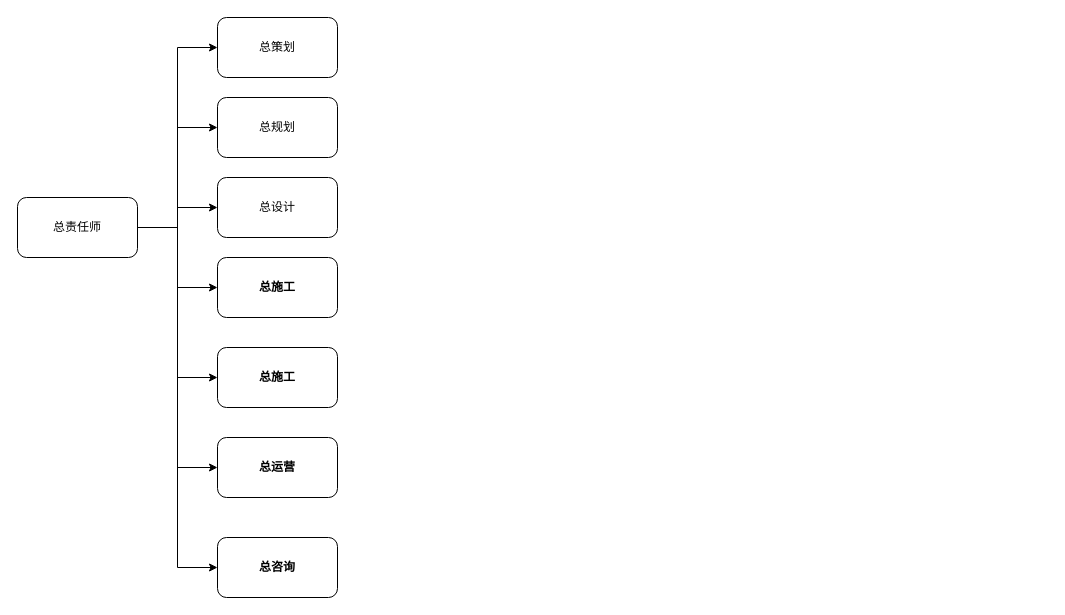
Earlier version of the draw.io diagram 总师系统_UserRelationShape.drawio (gaochaowyq/MinderGraph). Source tidied: cells renumbered, new cells numbered last; positions are measured from the earlier drawing's top-left corner, leaving out a move shared by most shapes. Both pictures are drawn from the tidied source at 100%, with x=0, y=0 at pixel (17, 17).
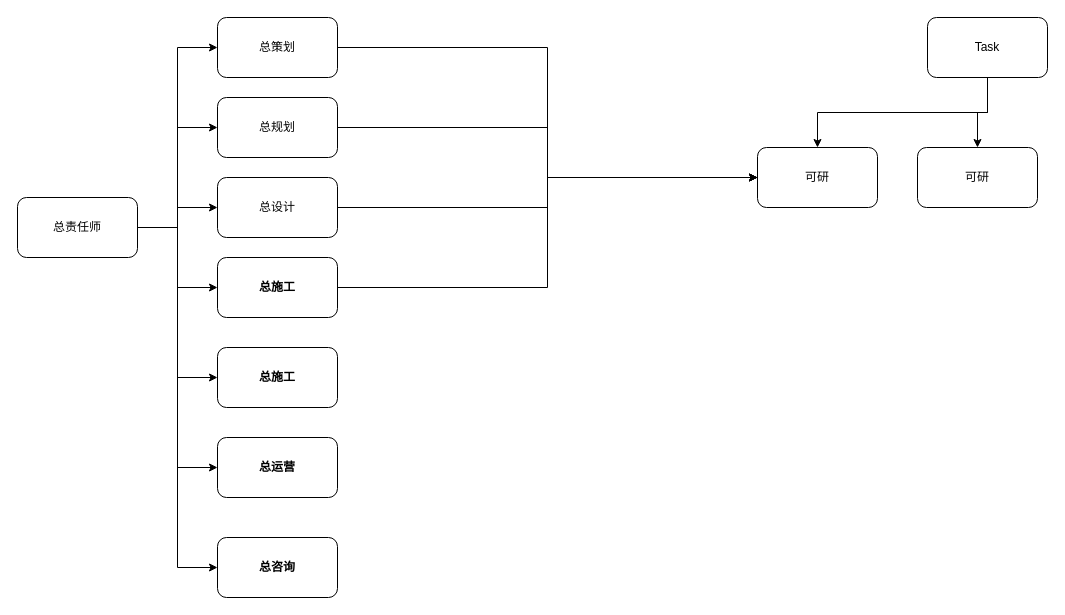
The same diagram, later.

The change refers to these unchanged cells:
```xml
<mxCell id="10" value="总规划" style="rounded=1;whiteSpace=wrap;html=1;" parent="1" vertex="1">
  <mxGeometry x="200" y="80" width="120" height="60" as="geometry" />
</mxCell>
<mxCell id="11" value="总设计" style="rounded=1;whiteSpace=wrap;html=1;" parent="1" vertex="1">
  <mxGeometry x="200" y="160" width="120" height="60" as="geometry" />
</mxCell>
<mxCell id="12" value="总施工" style="rounded=1;whiteSpace=wrap;html=1;fontStyle=1;" parent="1" vertex="1">
  <mxGeometry x="200" y="240" width="120" height="60" as="geometry" />
</mxCell>
<mxCell id="14" value="总策划" style="rounded=1;whiteSpace=wrap;html=1;" parent="1" vertex="1">
  <mxGeometry x="200" width="120" height="60" as="geometry" />
</mxCell>
```

The edit, as a diff of the source:
```diff
@@
+    <mxCell id="17" style="edgeStyle=orthogonalEdgeStyle;rounded=0;jettySize=auto;html=1;" parent="1" edge="1" source="10" target="24">
+      <mxGeometry relative="1" as="geometry" />
+    </mxCell>
@@
+    <mxCell id="18" style="edgeStyle=orthogonalEdgeStyle;rounded=0;jettySize=auto;html=1;entryX=0;entryY=0.5;entryDx=0;entryDy=0;" parent="1" edge="1" source="11" target="24">
+      <mxGeometry relative="1" as="geometry" />
+    </mxCell>
@@
+    <mxCell id="19" style="edgeStyle=orthogonalEdgeStyle;rounded=0;jettySize=auto;html=1;entryX=0;entryY=0.5;entryDx=0;entryDy=0;" parent="1" edge="1" source="12" target="24">
+      <mxGeometry relative="1" as="geometry" />
+    </mxCell>
@@
+    <mxCell id="20" style="edgeStyle=orthogonalEdgeStyle;rounded=0;jettySize=auto;html=1;entryX=0;entryY=0.5;entryDx=0;entryDy=0;" parent="1" edge="1" source="14" target="24">
+      <mxGeometry relative="1" as="geometry" />
+    </mxCell>
@@
+    <mxCell id="21" style="edgeStyle=orthogonalEdgeStyle;rounded=0;jettySize=auto;html=1;exitX=0.5;exitY=1;exitDx=0;exitDy=0;" parent="1" edge="1" source="23" target="24">
+      <mxGeometry relative="1" as="geometry" />
+    </mxCell>
+    <mxCell id="22" style="edgeStyle=orthogonalEdgeStyle;rounded=0;jettySize=auto;html=1;" parent="1" edge="1" source="23" target="25">
+      <mxGeometry relative="1" as="geometry" />
+    </mxCell>
+    <mxCell id="23" value="&lt;div&gt;Task&lt;/div&gt;" style="rounded=1;whiteSpace=wrap;html=1;" parent="1" vertex="1">
+      <mxGeometry x="910" width="120" height="60" as="geometry" />
+    </mxCell>
+    <mxCell id="24" value="可研" style="rounded=1;whiteSpace=wrap;html=1;" parent="1" vertex="1">
+      <mxGeometry x="740" y="130" width="120" height="60" as="geometry" />
+    </mxCell>
+    <mxCell id="25" value="可研" style="rounded=1;whiteSpace=wrap;html=1;" parent="1" vertex="1">
+      <mxGeometry x="900" y="130" width="120" height="60" as="geometry" />
+    </mxCell>
```
